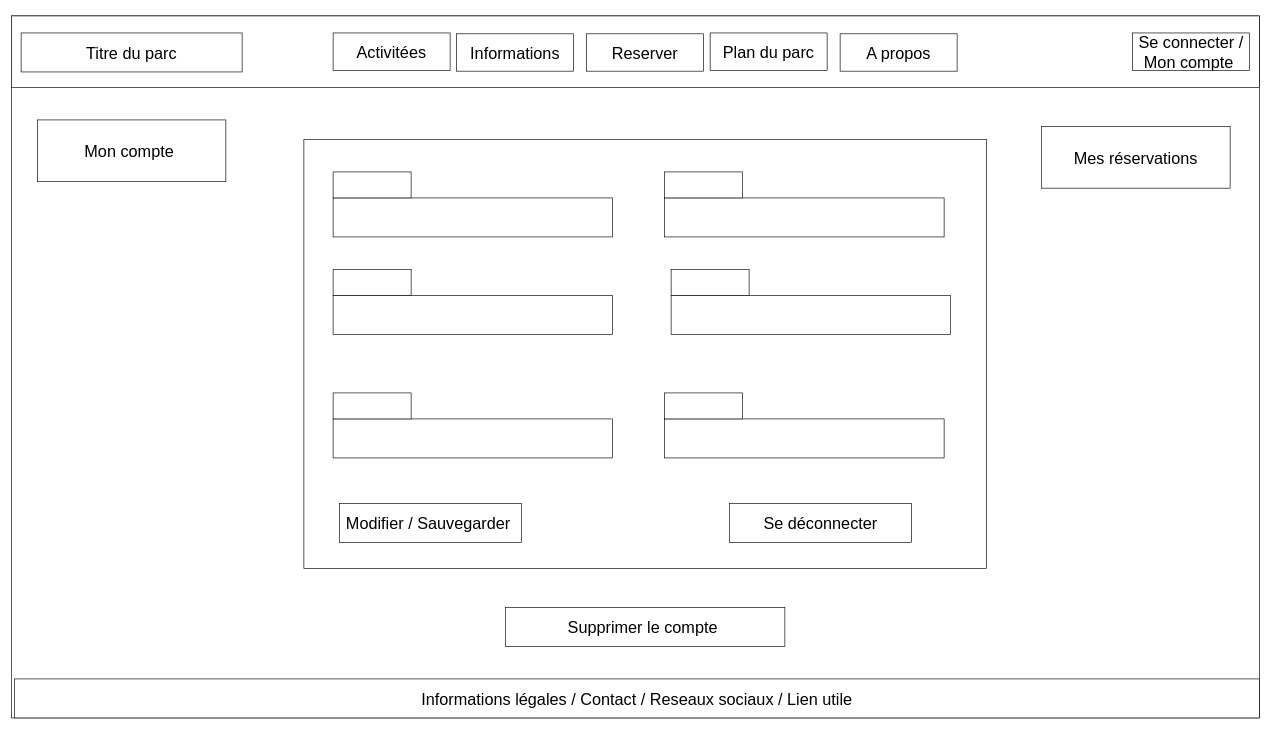
SeguierJonathan/ZombieLand keeps this draw.io diagram as page "Mon compte" (4 of 9) of doc/wireframe_desktop.drawio. Above is the earlier version. Source tidied: cells renumbered, new cells numbered last; positions are measured from the earlier drawing's top-left corner, leaving out a move shared by most shapes. Both pictures are drawn from the tidied source at 65%, with x=0, y=0 at pixel (11, 16).
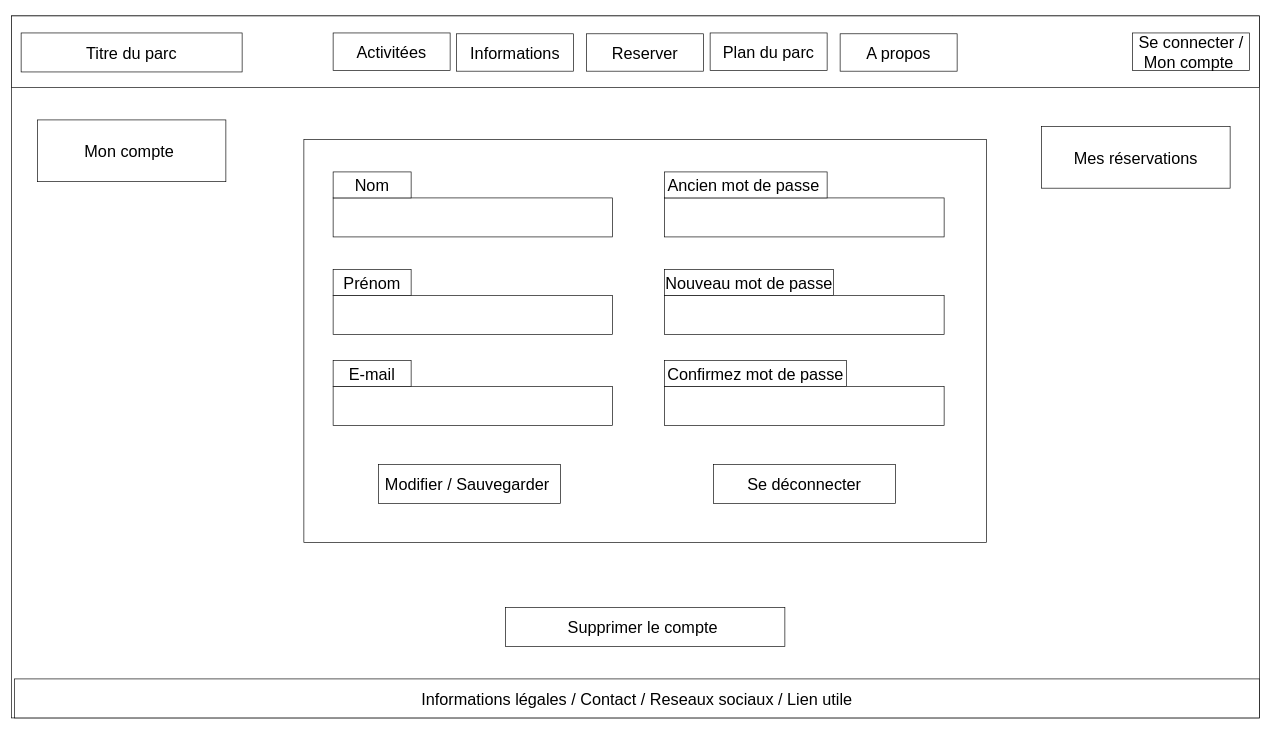
Above is the later version.

Change to the diagram source:
```diff
@@
     <mxCell id="15" style="rounded=0;whiteSpace=wrap;html=1;" parent="1" vertex="1">
-      <mxGeometry x="450" y="190" width="1050" height="660" as="geometry" />
+      <mxGeometry x="450" y="190" width="1050" height="620" as="geometry" />
     </mxCell>
@@
-    <mxCell id="18" style="rounded=0;whiteSpace=wrap;html=1;" parent="1" vertex="1">
+    <mxCell id="18" value="&lt;font style=&quot;font-size: 25px;&quot;&gt;Nom&lt;/font&gt;" style="rounded=0;whiteSpace=wrap;html=1;" parent="1" vertex="1">
       <mxGeometry x="495" y="240" width="120" height="40" as="geometry" />
     </mxCell>
@@
-    <mxCell id="20" style="rounded=0;whiteSpace=wrap;html=1;" parent="1" vertex="1">
+    <mxCell id="20" value="&lt;font style=&quot;font-size: 25px;&quot;&gt;Prénom&lt;/font&gt;" style="rounded=0;whiteSpace=wrap;html=1;" parent="1" vertex="1">
       <mxGeometry x="495" y="390" width="120" height="40" as="geometry" />
     </mxCell>
-    <mxCell id="21" style="rounded=0;whiteSpace=wrap;html=1;" parent="1" vertex="1">
-      <mxGeometry x="495" y="620" width="430" height="60" as="geometry" />
-    </mxCell>
-    <mxCell id="22" style="rounded=0;whiteSpace=wrap;html=1;" parent="1" vertex="1">
-      <mxGeometry x="495" y="580" width="120" height="40" as="geometry" />
-    </mxCell>
     <mxCell id="23" style="rounded=0;whiteSpace=wrap;html=1;" parent="1" vertex="1">
-      <mxGeometry x="1005" y="620" width="430" height="60" as="geometry" />
+      <mxGeometry x="1005" y="570" width="430" height="60" as="geometry" />
     </mxCell>
     <mxCell id="24" style="rounded=0;whiteSpace=wrap;html=1;" parent="1" vertex="1">
-      <mxGeometry x="1015" y="430" width="430" height="60" as="geometry" />
+      <mxGeometry x="1005" y="430" width="430" height="60" as="geometry" />
     </mxCell>
-    <mxCell id="25" style="rounded=0;whiteSpace=wrap;html=1;" parent="1" vertex="1">
-      <mxGeometry x="1015" y="390" width="120" height="40" as="geometry" />
+    <mxCell id="25" value="&lt;font style=&quot;font-size: 25px;&quot;&gt;Nouveau mot de passe&lt;/font&gt;" style="rounded=0;whiteSpace=wrap;html=1;" parent="1" vertex="1">
+      <mxGeometry x="1005" y="390" width="260" height="40" as="geometry" />
     </mxCell>
-    <mxCell id="26" style="rounded=0;whiteSpace=wrap;html=1;" parent="1" vertex="1">
-      <mxGeometry x="1005" y="580" width="120" height="40" as="geometry" />
+    <mxCell id="26" value="&lt;font style=&quot;font-size: 25px;&quot;&gt;Confirmez mot de passe&lt;/font&gt;" style="rounded=0;whiteSpace=wrap;html=1;" parent="1" vertex="1">
+      <mxGeometry x="1005" y="530" width="280" height="40" as="geometry" />
     </mxCell>
-    <mxCell id="27" style="rounded=0;whiteSpace=wrap;html=1;" parent="1" vertex="1">
-      <mxGeometry x="1005" y="240" width="120" height="40" as="geometry" />
+    <mxCell id="27" value="&lt;font style=&quot;font-size: 25px;&quot;&gt;Ancien mot de passe&amp;nbsp;&lt;/font&gt;" style="rounded=0;whiteSpace=wrap;html=1;" parent="1" vertex="1">
+      <mxGeometry x="1005" y="240" width="250" height="40" as="geometry" />
     </mxCell>
     <mxCell id="28" value="&lt;font style=&quot;font-size: 25px;&quot;&gt;Se déconnecter&lt;/font&gt;" style="rounded=0;whiteSpace=wrap;html=1;" parent="1" vertex="1">
-      <mxGeometry x="1105" y="750" width="280" height="60" as="geometry" />
+      <mxGeometry x="1080" y="690" width="280" height="60" as="geometry" />
     </mxCell>
     <mxCell id="29" value="&lt;font style=&quot;font-size: 25px;&quot;&gt;Modifier / Sauvegarder&amp;nbsp;&lt;/font&gt;" style="rounded=0;whiteSpace=wrap;html=1;" parent="1" vertex="1">
-      <mxGeometry x="505" y="750" width="280" height="60" as="geometry" />
+      <mxGeometry x="565" y="690" width="280" height="60" as="geometry" />
     </mxCell>
@@
+    <mxCell id="31" style="rounded=0;whiteSpace=wrap;html=1;" parent="1" vertex="1">
+      <mxGeometry x="495" y="570" width="430" height="60" as="geometry" />
+    </mxCell>
+    <mxCell id="32" value="&lt;font style=&quot;font-size: 25px;&quot;&gt;E-mail&lt;/font&gt;" style="rounded=0;whiteSpace=wrap;html=1;" parent="1" vertex="1">
+      <mxGeometry x="495" y="530" width="120" height="40" as="geometry" />
+    </mxCell>
```
